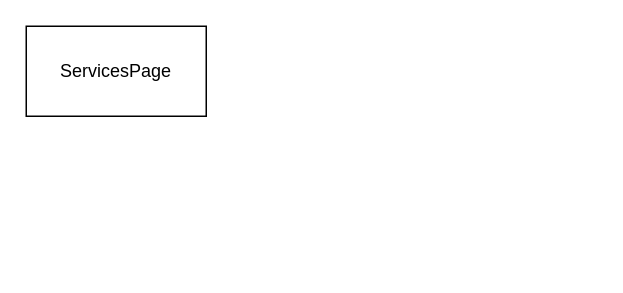
Above: Untitled Diagram.drawio in urusai88/EFI (draw.io), before the change. Source tidied: cells renumbered, new cells numbered last; positions are measured from the earlier drawing's top-left corner, leaving out a move shared by most shapes. Both pictures are drawn from the tidied source at 150%, with x=0, y=0 at pixel (26, 26).
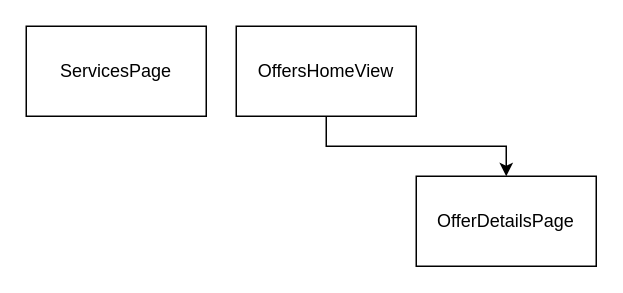
The same diagram, later.

What changed in the source:
```diff
@@
 <mxGraphModel>
   <root>
     <mxCell id="0" />
     <mxCell id="1" parent="0" />
     <mxCell id="2" value="ServicesPage" style="rounded=0;whiteSpace=wrap;html=1;" parent="1" vertex="1">
       <mxGeometry width="120" height="60" as="geometry" />
     </mxCell>
+    <mxCell id="3" style="edgeStyle=orthogonalEdgeStyle;rounded=0;jettySize=auto;html=1;" parent="1" edge="1" source="4" target="5">
+      <mxGeometry relative="1" as="geometry" />
+    </mxCell>
+    <mxCell id="4" value="OffersHomeView" style="rounded=0;whiteSpace=wrap;html=1;" parent="1" vertex="1">
+      <mxGeometry x="140" width="120" height="60" as="geometry" />
+    </mxCell>
+    <mxCell id="5" value="OfferDetailsPage" style="rounded=0;whiteSpace=wrap;html=1;" parent="1" vertex="1">
+      <mxGeometry x="260" y="100" width="120" height="60" as="geometry" />
+    </mxCell>
   </root>
 </mxGraphModel>
```
